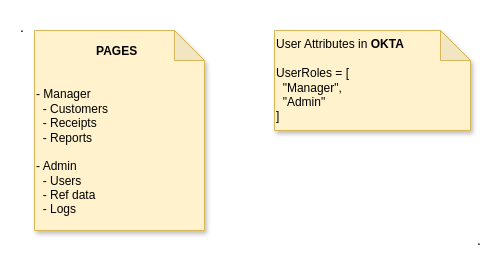
Earlier version of the draw.io diagram page "UI" (4 of 4) of _images/High-Level_Design.drawio (aytekinyaliz/ylz-lh-infra). Source tidied: cells renumbered, new cells numbered last; positions are measured from the earlier drawing's top-left corner, leaving out a move shared by most shapes. Both pictures are drawn from the tidied source at 100%, with x=0, y=0 at pixel (17, 17).
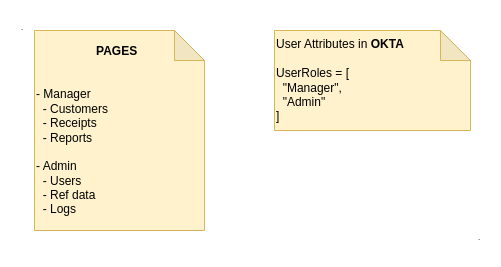
The same page after the edit.

The edit, as a diff of the source:
```diff
@@
 <mxGraphModel>
   <root>
     <mxCell id="0" />
     <mxCell id="1" parent="0" />
-    <mxCell id="2" value="&lt;div&gt;&amp;nbsp; &amp;nbsp; &amp;nbsp; &amp;nbsp; &amp;nbsp; &amp;nbsp; &amp;nbsp; &amp;nbsp; &amp;nbsp; &lt;b&gt;PAGES&lt;/b&gt;&lt;/div&gt;&lt;br&gt;&lt;br&gt;- Manager&lt;br&gt;&amp;nbsp; - Customers&lt;br&gt;&amp;nbsp; - Receipts&lt;br&gt;&amp;nbsp; - Reports&lt;br&gt;&lt;br&gt;- Admin&lt;br&gt;&amp;nbsp; - Users&lt;br&gt;&amp;nbsp; - Ref data&lt;br&gt;&amp;nbsp; - Logs" style="shape=note;whiteSpace=wrap;html=1;backgroundOutline=1;darkOpacity=0.05;shadow=1;fillColor=#fff2cc;align=left;strokeColor=#d6b656;" parent="1" vertex="1">
+    <mxCell id="2" value="&lt;div&gt;&amp;nbsp; &amp;nbsp; &amp;nbsp; &amp;nbsp; &amp;nbsp; &amp;nbsp; &amp;nbsp; &amp;nbsp; &amp;nbsp; &lt;b&gt;PAGES&lt;/b&gt;&lt;/div&gt;&lt;br&gt;&lt;br&gt;- Manager&lt;br&gt;&amp;nbsp; - Customers&lt;br&gt;&amp;nbsp; - Receipts&lt;br&gt;&amp;nbsp; - Reports&lt;br&gt;&lt;br&gt;- Admin&lt;br&gt;&amp;nbsp; - Users&lt;br&gt;&amp;nbsp; - Ref data&lt;br&gt;&amp;nbsp; - Logs" style="shape=note;whiteSpace=wrap;html=1;backgroundOutline=1;darkOpacity=0.05;shadow=0;fillColor=#fff2cc;align=left;strokeColor=#d6b656;" parent="1" vertex="1">
       <mxGeometry x="17" y="13" width="170" height="200" as="geometry" />
     </mxCell>
-    <mxCell id="3" value="User Attributes in &lt;b&gt;OKTA&lt;/b&gt;&lt;br&gt;&lt;br&gt;UserRoles = [&lt;br&gt;&amp;nbsp; &quot;Manager&quot;,&lt;br&gt;&amp;nbsp; &quot;Admin&quot;&lt;br&gt;]" style="shape=note;whiteSpace=wrap;html=1;backgroundOutline=1;darkOpacity=0.05;shadow=1;fillColor=#fff2cc;align=left;strokeColor=#d6b656;" parent="1" vertex="1">
+    <mxCell id="3" value="User Attributes in &lt;b&gt;OKTA&lt;/b&gt;&lt;br&gt;&lt;br&gt;UserRoles = [&lt;br&gt;&amp;nbsp; &quot;Manager&quot;,&lt;br&gt;&amp;nbsp; &quot;Admin&quot;&lt;br&gt;]" style="shape=note;whiteSpace=wrap;html=1;backgroundOutline=1;darkOpacity=0.05;shadow=0;fillColor=#fff2cc;align=left;strokeColor=#d6b656;" parent="1" vertex="1">
       <mxGeometry x="257" y="13" width="196" height="100" as="geometry" />
     </mxCell>
-    <mxCell id="4" value="." style="text;html=1;strokeColor=none;fillColor=none;align=center;verticalAlign=middle;whiteSpace=wrap;rounded=0;shadow=0;comic=0;fontSize=14;" parent="1" vertex="1">
+    <mxCell id="4" value="." style="text;html=1;strokeColor=none;fillColor=none;align=center;verticalAlign=middle;whiteSpace=wrap;rounded=0;shadow=0;comic=0;fontSize=8;" parent="1" vertex="1">
       <mxGeometry width="10" height="20" as="geometry" />
     </mxCell>
-    <mxCell id="5" value="." style="text;html=1;strokeColor=none;fillColor=none;align=center;verticalAlign=middle;whiteSpace=wrap;rounded=0;shadow=0;comic=0;fontSize=14;" parent="1" vertex="1">
-      <mxGeometry x="457" y="213" width="10" height="20" as="geometry" />
+    <mxCell id="5" value="." style="text;html=1;strokeColor=none;fillColor=none;align=center;verticalAlign=middle;whiteSpace=wrap;rounded=0;shadow=0;comic=0;fontSize=8;" parent="1" vertex="1">
+      <mxGeometry x="457" y="210" width="10" height="20" as="geometry" />
     </mxCell>
   </root>
 </mxGraphModel>
```
